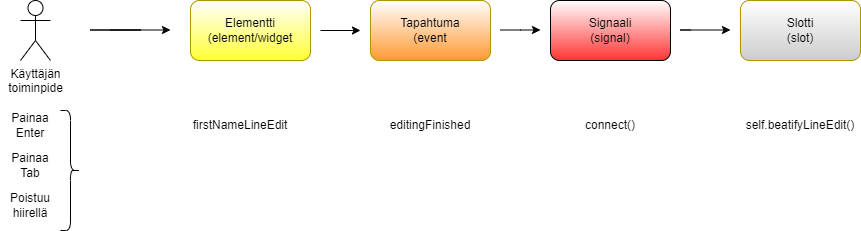
This is Docs/Pictures/signalSlot.drawio.png from HennaSalla/PythonYmparisto, a draw.io export, as it was before one commit. Source tidied: cells renumbered, new cells last; positions are measured from the earlier drawing's top-left corner, leaving out a move shared by most shapes. The source it was exported from:
```xml
<mxGraphModel>
  <root>
    <mxCell id="0" />
    <mxCell id="1" parent="0" />
    <mxCell id="2" value="Käyttäjän&lt;div&gt;toiminpide&lt;/div&gt;" style="shape=umlActor;verticalLabelPosition=bottom;verticalAlign=top;html=1;" parent="1" vertex="1">
      <mxGeometry x="20" width="30" height="60" as="geometry" />
    </mxCell>
    <mxCell id="3" style="endArrow=classic;html=1;rounded=0;" parent="1" edge="1">
      <mxGeometry relative="1" as="geometry">
        <mxPoint x="110" y="29.5" as="sourcePoint" />
        <mxPoint x="170" y="29.5" as="targetPoint" />
        <Array as="points">
          <mxPoint x="140" y="29.5" />
          <mxPoint x="90" y="29.5" />
        </Array>
      </mxGeometry>
    </mxCell>
    <mxCell id="4" value="Elementti&lt;div&gt;(element/widget&lt;/div&gt;" style="rounded=1;whiteSpace=wrap;html=1;fillColor=#FFFFFF;fontColor=#000000;strokeColor=#B09500;gradientColor=#FFFF33;" parent="1" vertex="1">
      <mxGeometry x="190" width="120" height="60" as="geometry" />
    </mxCell>
    <mxCell id="5" value="Tapahtuma&lt;div&gt;(event&lt;/div&gt;" style="rounded=1;whiteSpace=wrap;html=1;fillColor=#FFFFFF;fontColor=#000000;strokeColor=#B09500;gradientColor=#FF9933;" parent="1" vertex="1">
      <mxGeometry x="370" width="120" height="60" as="geometry" />
    </mxCell>
    <mxCell id="6" value="Signaali&lt;div&gt;(signal)&lt;/div&gt;" style="rounded=1;whiteSpace=wrap;html=1;gradientColor=#FF3333;" parent="1" vertex="1">
      <mxGeometry x="550" width="120" height="60" as="geometry" />
    </mxCell>
    <mxCell id="7" value="Slotti&lt;div&gt;(slot)&lt;/div&gt;" style="rounded=1;whiteSpace=wrap;html=1;fillColor=#FFFFFF;fontColor=#000000;strokeColor=#B09500;gradientColor=#CCCCCC;" parent="1" vertex="1">
      <mxGeometry x="740" width="120" height="60" as="geometry" />
    </mxCell>
    <mxCell id="8" style="endArrow=classic;html=1;rounded=0;" parent="1" edge="1">
      <mxGeometry relative="1" as="geometry">
        <mxPoint x="320" y="30" as="sourcePoint" />
        <mxPoint x="360" y="30" as="targetPoint" />
        <Array as="points">
          <mxPoint x="360" y="30" />
        </Array>
      </mxGeometry>
    </mxCell>
    <mxCell id="9" style="endArrow=classic;html=1;rounded=0;" parent="1" edge="1">
      <mxGeometry relative="1" as="geometry">
        <mxPoint x="500" y="29.5" as="sourcePoint" />
        <mxPoint x="540" y="29.5" as="targetPoint" />
        <Array as="points">
          <mxPoint x="520" y="29.5" />
          <mxPoint x="540" y="29.5" />
        </Array>
      </mxGeometry>
    </mxCell>
    <mxCell id="10" style="endArrow=classic;html=1;rounded=0;" parent="1" edge="1">
      <mxGeometry relative="1" as="geometry">
        <mxPoint x="690" y="29.5" as="sourcePoint" />
        <mxPoint x="730" y="29.5" as="targetPoint" />
        <Array as="points">
          <mxPoint x="680" y="29.5" />
          <mxPoint x="730" y="29.5" />
        </Array>
      </mxGeometry>
    </mxCell>
    <mxCell id="11" value="Painaa&lt;div&gt;Enter&lt;/div&gt;" style="text;html=1;align=center;verticalAlign=middle;whiteSpace=wrap;rounded=0;" parent="1" vertex="1">
      <mxGeometry y="110" width="60" height="30" as="geometry" />
    </mxCell>
    <mxCell id="12" value="firstNameLineEdit" style="text;html=1;align=center;verticalAlign=middle;whiteSpace=wrap;rounded=0;" parent="1" vertex="1">
      <mxGeometry x="210" y="110" width="60" height="30" as="geometry" />
    </mxCell>
    <mxCell id="13" value="editingFinished" style="text;html=1;align=center;verticalAlign=middle;whiteSpace=wrap;rounded=0;" parent="1" vertex="1">
      <mxGeometry x="400" y="110" width="60" height="30" as="geometry" />
    </mxCell>
    <mxCell id="14" value="Painaa&lt;div&gt;Tab&lt;/div&gt;" style="text;html=1;align=center;verticalAlign=middle;whiteSpace=wrap;rounded=0;" parent="1" vertex="1">
      <mxGeometry y="150" width="60" height="30" as="geometry" />
    </mxCell>
    <mxCell id="15" value="Poistuu&lt;div&gt;hiirellä&lt;/div&gt;" style="text;html=1;align=center;verticalAlign=middle;whiteSpace=wrap;rounded=0;" parent="1" vertex="1">
      <mxGeometry y="190" width="60" height="30" as="geometry" />
    </mxCell>
    <mxCell id="16" value="connect()" style="text;html=1;align=center;verticalAlign=middle;whiteSpace=wrap;rounded=0;" parent="1" vertex="1">
      <mxGeometry x="580" y="110" width="60" height="30" as="geometry" />
    </mxCell>
    <mxCell id="17" value="self.beatifyLineEdit()" style="text;html=1;align=center;verticalAlign=middle;whiteSpace=wrap;rounded=0;" parent="1" vertex="1">
      <mxGeometry x="770" y="110" width="60" height="30" as="geometry" />
    </mxCell>
    <mxCell id="18" style="shape=curlyBracket;whiteSpace=wrap;html=1;rounded=1;flipH=1;labelPosition=right;verticalLabelPosition=middle;align=left;verticalAlign=middle;" parent="1" vertex="1">
      <mxGeometry x="60" y="110" width="20" height="120" as="geometry" />
    </mxCell>
  </root>
</mxGraphModel>
```
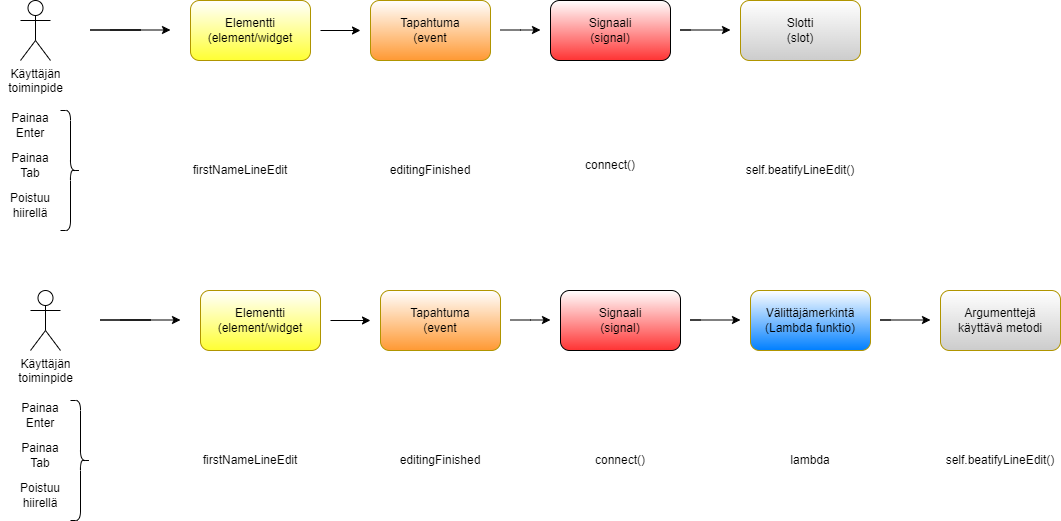
After the commit.

Change to the diagram source:
```diff
@@ -60,10 +60,10 @@
       <mxGeometry y="110" width="60" height="30" as="geometry" />
     </mxCell>
     <mxCell id="12" value="firstNameLineEdit" style="text;html=1;align=center;verticalAlign=middle;whiteSpace=wrap;rounded=0;" parent="1" vertex="1">
-      <mxGeometry x="210" y="110" width="60" height="30" as="geometry" />
+      <mxGeometry x="210" y="155" width="60" height="30" as="geometry" />
     </mxCell>
     <mxCell id="13" value="editingFinished" style="text;html=1;align=center;verticalAlign=middle;whiteSpace=wrap;rounded=0;" parent="1" vertex="1">
-      <mxGeometry x="400" y="110" width="60" height="30" as="geometry" />
+      <mxGeometry x="400" y="155" width="60" height="30" as="geometry" />
     </mxCell>
     <mxCell id="14" value="Painaa&lt;div&gt;Tab&lt;/div&gt;" style="text;html=1;align=center;verticalAlign=middle;whiteSpace=wrap;rounded=0;" parent="1" vertex="1">
       <mxGeometry y="150" width="60" height="30" as="geometry" />
@@ -72,13 +72,107 @@
       <mxGeometry y="190" width="60" height="30" as="geometry" />
     </mxCell>
     <mxCell id="16" value="connect()" style="text;html=1;align=center;verticalAlign=middle;whiteSpace=wrap;rounded=0;" parent="1" vertex="1">
-      <mxGeometry x="580" y="110" width="60" height="30" as="geometry" />
+      <mxGeometry x="580" y="150" width="60" height="30" as="geometry" />
     </mxCell>
     <mxCell id="17" value="self.beatifyLineEdit()" style="text;html=1;align=center;verticalAlign=middle;whiteSpace=wrap;rounded=0;" parent="1" vertex="1">
-      <mxGeometry x="770" y="110" width="60" height="30" as="geometry" />
+      <mxGeometry x="770" y="155" width="60" height="30" as="geometry" />
     </mxCell>
     <mxCell id="18" style="shape=curlyBracket;whiteSpace=wrap;html=1;rounded=1;flipH=1;labelPosition=right;verticalLabelPosition=middle;align=left;verticalAlign=middle;" parent="1" vertex="1">
       <mxGeometry x="60" y="110" width="20" height="120" as="geometry" />
     </mxCell>
+    <mxCell id="19" value="Käyttäjän&lt;div&gt;toiminpide&lt;/div&gt;" style="shape=umlActor;verticalLabelPosition=bottom;verticalAlign=top;html=1;" parent="1" vertex="1">
+      <mxGeometry x="30" y="290" width="30" height="60" as="geometry" />
+    </mxCell>
+    <mxCell id="20" style="endArrow=classic;html=1;rounded=0;" parent="1" edge="1">
+      <mxGeometry relative="1" as="geometry">
+        <mxPoint x="120" y="319.5" as="sourcePoint" />
+        <mxPoint x="180" y="319.5" as="targetPoint" />
+        <Array as="points">
+          <mxPoint x="150" y="319.5" />
+          <mxPoint x="100" y="319.5" />
+        </Array>
+      </mxGeometry>
+    </mxCell>
+    <mxCell id="21" value="Elementti&lt;div&gt;(element/widget&lt;/div&gt;" style="rounded=1;whiteSpace=wrap;html=1;fillColor=#FFFFFF;fontColor=#000000;strokeColor=#B09500;gradientColor=#FFFF33;" parent="1" vertex="1">
+      <mxGeometry x="200" y="290" width="120" height="60" as="geometry" />
+    </mxCell>
+    <mxCell id="22" value="Tapahtuma&lt;div&gt;(event&lt;/div&gt;" style="rounded=1;whiteSpace=wrap;html=1;fillColor=#FFFFFF;fontColor=#000000;strokeColor=#B09500;gradientColor=#FF9933;" parent="1" vertex="1">
+      <mxGeometry x="380" y="290" width="120" height="60" as="geometry" />
+    </mxCell>
+    <mxCell id="23" value="Signaali&lt;div&gt;(signal)&lt;/div&gt;" style="rounded=1;whiteSpace=wrap;html=1;gradientColor=#FF3333;" parent="1" vertex="1">
+      <mxGeometry x="560" y="290" width="120" height="60" as="geometry" />
+    </mxCell>
+    <mxCell id="24" value="Välittäjämerkintä&lt;div&gt;(Lambda funktio)&lt;/div&gt;" style="rounded=1;whiteSpace=wrap;html=1;fillColor=#FFFFFF;fontColor=#000000;strokeColor=#B09500;gradientColor=#007FFF;" parent="1" vertex="1">
+      <mxGeometry x="750" y="290" width="120" height="60" as="geometry" />
+    </mxCell>
+    <mxCell id="25" style="endArrow=classic;html=1;rounded=0;" parent="1" edge="1">
+      <mxGeometry relative="1" as="geometry">
+        <mxPoint x="330" y="320" as="sourcePoint" />
+        <mxPoint x="370" y="320" as="targetPoint" />
+        <Array as="points">
+          <mxPoint x="370" y="320" />
+        </Array>
+      </mxGeometry>
+    </mxCell>
+    <mxCell id="26" style="endArrow=classic;html=1;rounded=0;" parent="1" edge="1">
+      <mxGeometry relative="1" as="geometry">
+        <mxPoint x="510" y="319.5" as="sourcePoint" />
+        <mxPoint x="550" y="319.5" as="targetPoint" />
+        <Array as="points">
+          <mxPoint x="530" y="319.5" />
+          <mxPoint x="550" y="319.5" />
+        </Array>
+      </mxGeometry>
+    </mxCell>
+    <mxCell id="27" style="endArrow=classic;html=1;rounded=0;" parent="1" edge="1">
+      <mxGeometry relative="1" as="geometry">
+        <mxPoint x="700" y="319.5" as="sourcePoint" />
+        <mxPoint x="740" y="319.5" as="targetPoint" />
+        <Array as="points">
+          <mxPoint x="690" y="319.5" />
+          <mxPoint x="740" y="319.5" />
+        </Array>
+      </mxGeometry>
+    </mxCell>
+    <mxCell id="28" value="Painaa&lt;div&gt;Enter&lt;/div&gt;" style="text;html=1;align=center;verticalAlign=middle;whiteSpace=wrap;rounded=0;" parent="1" vertex="1">
+      <mxGeometry x="10" y="400" width="60" height="30" as="geometry" />
+    </mxCell>
+    <mxCell id="29" value="firstNameLineEdit" style="text;html=1;align=center;verticalAlign=middle;whiteSpace=wrap;rounded=0;" parent="1" vertex="1">
+      <mxGeometry x="220" y="445" width="60" height="30" as="geometry" />
+    </mxCell>
+    <mxCell id="30" value="editingFinished" style="text;html=1;align=center;verticalAlign=middle;whiteSpace=wrap;rounded=0;" parent="1" vertex="1">
+      <mxGeometry x="410" y="445" width="60" height="30" as="geometry" />
+    </mxCell>
+    <mxCell id="31" value="Painaa&lt;div&gt;Tab&lt;/div&gt;" style="text;html=1;align=center;verticalAlign=middle;whiteSpace=wrap;rounded=0;" parent="1" vertex="1">
+      <mxGeometry x="10" y="440" width="60" height="30" as="geometry" />
+    </mxCell>
+    <mxCell id="32" value="Poistuu&lt;div&gt;hiirellä&lt;/div&gt;" style="text;html=1;align=center;verticalAlign=middle;whiteSpace=wrap;rounded=0;" parent="1" vertex="1">
+      <mxGeometry x="10" y="480" width="60" height="30" as="geometry" />
+    </mxCell>
+    <mxCell id="33" value="connect()" style="text;html=1;align=center;verticalAlign=middle;whiteSpace=wrap;rounded=0;" parent="1" vertex="1">
+      <mxGeometry x="590" y="445" width="60" height="30" as="geometry" />
+    </mxCell>
+    <mxCell id="34" value="self.beatifyLineEdit()" style="text;html=1;align=center;verticalAlign=middle;whiteSpace=wrap;rounded=0;" parent="1" vertex="1">
+      <mxGeometry x="970" y="445" width="60" height="30" as="geometry" />
+    </mxCell>
+    <mxCell id="35" style="shape=curlyBracket;whiteSpace=wrap;html=1;rounded=1;flipH=1;labelPosition=right;verticalLabelPosition=middle;align=left;verticalAlign=middle;" parent="1" vertex="1">
+      <mxGeometry x="70" y="400" width="20" height="120" as="geometry" />
+    </mxCell>
+    <mxCell id="36" value="Argumenttejä käyttävä metodi" style="rounded=1;whiteSpace=wrap;html=1;fillColor=#FFFFFF;fontColor=#000000;strokeColor=#B09500;gradientColor=#CCCCCC;" parent="1" vertex="1">
+      <mxGeometry x="940" y="290" width="120" height="60" as="geometry" />
+    </mxCell>
+    <mxCell id="37" style="endArrow=classic;html=1;rounded=0;" parent="1" edge="1">
+      <mxGeometry relative="1" as="geometry">
+        <mxPoint x="890" y="319.5" as="sourcePoint" />
+        <mxPoint x="930" y="319.5" as="targetPoint" />
+        <Array as="points">
+          <mxPoint x="880" y="319.5" />
+          <mxPoint x="930" y="319.5" />
+        </Array>
+      </mxGeometry>
+    </mxCell>
+    <mxCell id="38" value="lambda" style="text;html=1;align=center;verticalAlign=middle;whiteSpace=wrap;rounded=0;" parent="1" vertex="1">
+      <mxGeometry x="780" y="445" width="60" height="30" as="geometry" />
+    </mxCell>
   </root>
 </mxGraphModel>
```
